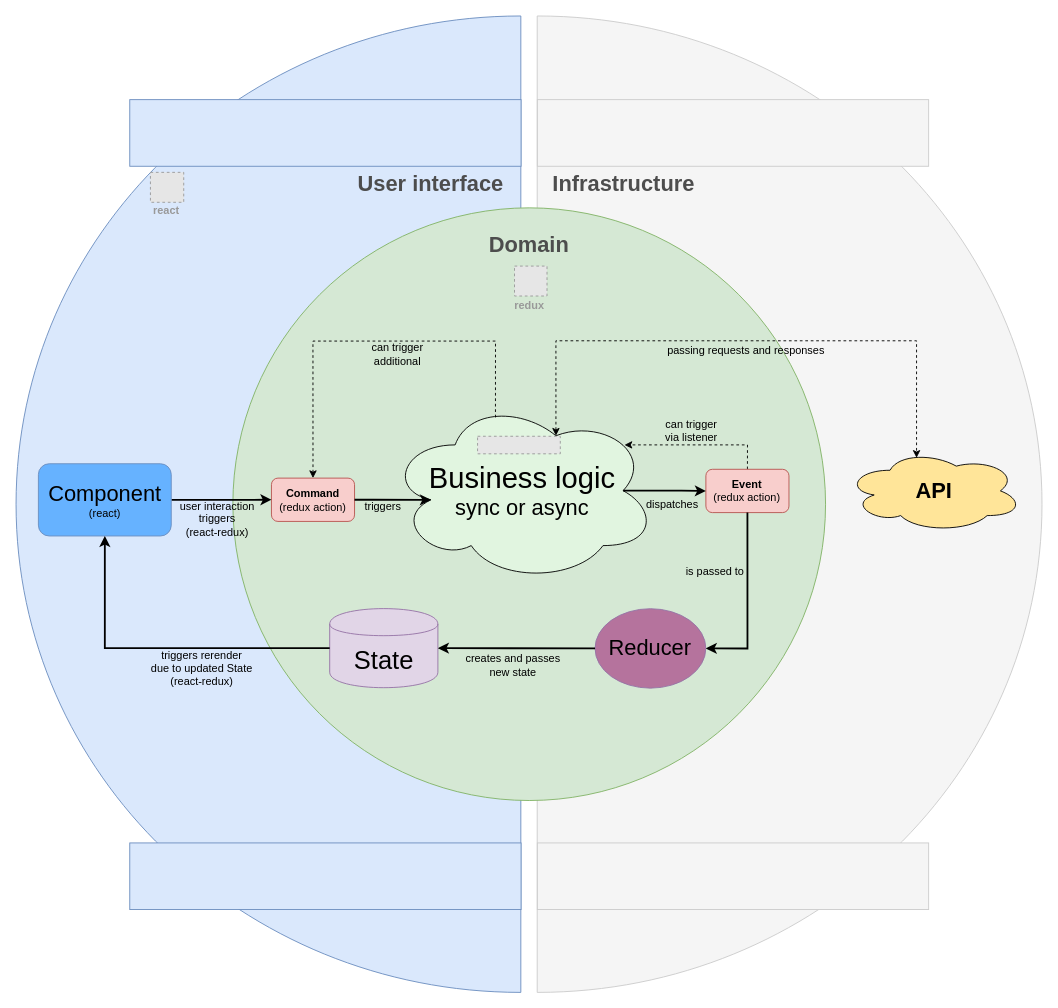
inkognitro/react-redux-saga-boilerplate keeps this draw.io diagram as docs/readme/architecture.drawio. Above is the earlier version. Source tidied: cells renumbered, new cells numbered last; positions are measured from the earlier drawing's top-left corner, leaving out a move shared by most shapes. Both pictures are drawn from the tidied source at 91%, with x=0, y=0 at pixel (-220, 99). Pictures stored in the file or linked from it are replaced by grey dashed boxes.
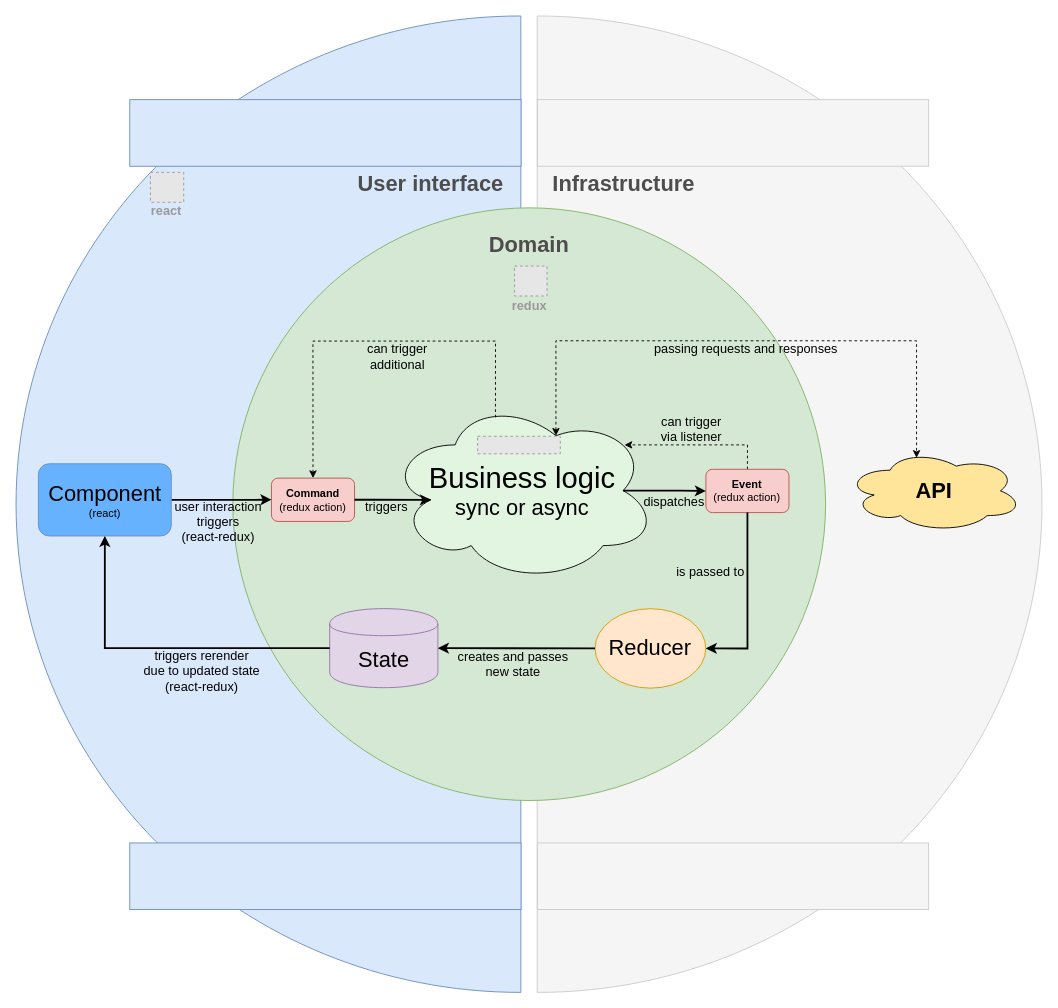
After the change.

Unchanged cells that the change refers to:
```xml
<mxCell id="10" style="edgeStyle=orthogonalEdgeStyle;rounded=0;jettySize=auto;html=1;exitX=0.5;exitY=0;exitDx=0;exitDy=0;entryX=0.88;entryY=0.25;entryDx=0;entryDy=0;entryPerimeter=0;dashed=1;strokeWidth=1;" parent="1" edge="1" source="12" target="7">
  <mxGeometry relative="1" as="geometry">
    <Array as="points">
      <mxPoint x="1063.1" y="379.6" />
    </Array>
  </mxGeometry>
</mxCell>
<mxCell id="13" style="edgeStyle=orthogonalEdgeStyle;rounded=0;jettySize=auto;html=1;exitX=1;exitY=0.5;exitDx=0;exitDy=0;entryX=0.16;entryY=0.55;entryDx=0;entryDy=0;entryPerimeter=0;strokeWidth=2;" parent="1" edge="1" source="5" target="7">
  <mxGeometry relative="1" as="geometry" />
</mxCell>
<mxCell id="17" style="endArrow=classic;html=1;exitX=0;exitY=0.5;exitDx=0;exitDy=0;entryX=1;entryY=0.5;entryDx=0;entryDy=0;strokeWidth=2;" parent="1" edge="1" source="15" target="16">
  <mxGeometry relative="1" as="geometry" />
</mxCell>
<mxCell id="19" style="edgeStyle=orthogonalEdgeStyle;rounded=0;jettySize=auto;html=1;exitX=1;exitY=0.5;exitDx=0;exitDy=0;strokeWidth=2;" parent="1" edge="1" source="21" target="5">
  <mxGeometry relative="1" as="geometry" />
</mxCell>
<mxCell id="22" style="group;" parent="1" vertex="1">
  <mxGeometry x="405.9" y="79.9" width="37.5" height="51.2" as="geometry" />
</mxCell>
<mxCell id="27" style="group;" parent="26" vertex="1">
  <mxGeometry width="37.5" height="53.1" as="geometry" />
</mxCell>
<mxCell id="31" style="edgeStyle=orthogonalEdgeStyle;rounded=0;jettySize=auto;html=1;exitX=0.5;exitY=1;exitDx=0;exitDy=0;entryX=1;entryY=0.5;entryDx=0;entryDy=0;strokeWidth=2;" parent="1" edge="1" source="12" target="15">
  <mxGeometry relative="1" as="geometry" />
</mxCell>
<mxCell id="33" style="edgeStyle=orthogonalEdgeStyle;rounded=0;jettySize=auto;html=1;exitX=0.875;exitY=0.5;exitDx=0;exitDy=0;exitPerimeter=0;strokeWidth=2;" parent="1" edge="1" source="7" target="12">
  <mxGeometry relative="1" as="geometry" />
</mxCell>
<mxCell id="35" style="edgeStyle=orthogonalEdgeStyle;rounded=0;jettySize=auto;html=1;exitX=0.625;exitY=0.2;exitDx=0;exitDy=0;exitPerimeter=0;entryX=0.4;entryY=0.1;entryDx=0;entryDy=0;entryPerimeter=0;dashed=1;strokeWidth=1;spacing=2;startArrow=classic;startFill=1;" parent="1" edge="1" source="7" target="30">
  <mxGeometry relative="1" as="geometry">
    <Array as="points">
      <mxPoint x="852" y="265" />
      <mxPoint x="1249" y="265" />
    </Array>
  </mxGeometry>
</mxCell>
<mxCell id="38" style="edgeStyle=orthogonalEdgeStyle;rounded=0;jettySize=auto;html=1;exitX=0;exitY=0.5;exitDx=0;exitDy=0;entryX=0.5;entryY=1;entryDx=0;entryDy=0;strokeWidth=2;" parent="1" edge="1" source="16" target="21">
  <mxGeometry relative="1" as="geometry" />
</mxCell>
<mxCell id="40" style="edgeStyle=orthogonalEdgeStyle;rounded=0;jettySize=auto;html=1;exitX=0.4;exitY=0.1;exitDx=0;exitDy=0;exitPerimeter=0;entryX=0.5;entryY=0;entryDx=0;entryDy=0;dashed=1;strokeWidth=1;spacing=2;" parent="1" edge="1" source="7" target="5">
  <mxGeometry relative="1" as="geometry">
    <Array as="points">
      <mxPoint x="785.9" y="265.3" />
      <mxPoint x="585.5" y="265.3" />
    </Array>
  </mxGeometry>
</mxCell>
```

Change to the diagram source:
```diff
@@
-    <mxCell id="11" value="can trigger&lt;br&gt;via listener" style="text;html=1;align=center;verticalAlign=middle;labelBackgroundColor=none;" parent="10" vertex="1">
+    <mxCell id="11" value="&lt;font style=&quot;font-size: 14px&quot;&gt;can trigger&lt;br&gt;via listener&lt;/font&gt;" style="text;html=1;align=center;verticalAlign=middle;labelBackgroundColor=none;" parent="10" vertex="1">
       <mxGeometry x="-0.09" y="1" relative="1" as="geometry">
-        <mxPoint x="-15" y="-16.5" as="offset" />
+        <mxPoint x="-15" y="-18.5" as="offset" />
       </mxGeometry>
     </mxCell>
@@
-    <mxCell id="14" value="triggers" style="text;html=1;align=center;verticalAlign=middle;labelBackgroundColor=none;" parent="13" vertex="1">
+    <mxCell id="14" value="&lt;font style=&quot;font-size: 14px&quot;&gt;triggers&lt;/font&gt;" style="text;html=1;align=center;verticalAlign=middle;labelBackgroundColor=none;" parent="13" vertex="1">
       <mxGeometry x="-0.23" y="1" relative="1" as="geometry">
-        <mxPoint x="-1" y="8" as="offset" />
+        <mxPoint x="3" y="9" as="offset" />
       </mxGeometry>
     </mxCell>
-    <mxCell id="15" value="&lt;font style=&quot;font-size: 24px&quot;&gt;Reducer&lt;/font&gt;" style="ellipse;whiteSpace=wrap;html=1;fillColor=#B5739D;strokeColor=#9673a6;" parent="1" vertex="1">
+    <mxCell id="15" value="&lt;font style=&quot;font-size: 24px&quot;&gt;Reducer&lt;/font&gt;" style="ellipse;whiteSpace=wrap;html=1;fillColor=#ffe6cc;strokeColor=#d79b00;" parent="1" vertex="1">
       <mxGeometry x="895.4" y="559.4" width="121.7" height="87.3" as="geometry" />
     </mxCell>
-    <mxCell id="16" value="&lt;font style=&quot;font-size: 28px&quot;&gt;State&lt;/font&gt;" style="shape=cylinder;whiteSpace=wrap;html=1;boundedLbl=1;backgroundOutline=1;fillColor=#e1d5e7;strokeColor=#9673a6;" parent="1" vertex="1">
+    <mxCell id="16" value="&lt;font style=&quot;font-size: 24px&quot;&gt;State&lt;/font&gt;" style="shape=cylinder;whiteSpace=wrap;html=1;boundedLbl=1;backgroundOutline=1;fillColor=#e1d5e7;strokeColor=#9673a6;" parent="1" vertex="1">
       <mxGeometry x="603.8" y="559.3" width="118.9" height="86.9" as="geometry" />
     </mxCell>
@@
-    <mxCell id="18" value="&lt;font style=&quot;font-size: 12px&quot;&gt;creates and passes&lt;br&gt;new state&lt;/font&gt;" style="text;html=1;align=center;verticalAlign=middle;labelBackgroundColor=none;" parent="17" vertex="1">
+    <mxCell id="18" value="&lt;font style=&quot;font-size: 14px&quot;&gt;creates and passes&lt;br&gt;new state&lt;/font&gt;" style="text;html=1;align=center;verticalAlign=middle;labelBackgroundColor=none;" parent="17" vertex="1">
       <mxGeometry x="0.17" y="1" relative="1" as="geometry">
-        <mxPoint x="10" y="18" as="offset" />
+        <mxPoint x="10" y="16" as="offset" />
       </mxGeometry>
     </mxCell>
@@
-    <mxCell id="20" value="&lt;span style=&quot;text-align: left&quot;&gt;user interaction&lt;br&gt;triggers&lt;/span&gt;&lt;br style=&quot;text-align: left&quot;&gt;&lt;span style=&quot;text-align: left&quot;&gt;(react-redux)&lt;/span&gt;" style="text;html=1;align=center;verticalAlign=middle;labelBackgroundColor=none;" parent="19" vertex="1">
+    <mxCell id="20" value="&lt;font style=&quot;font-size: 14px&quot;&gt;&lt;span style=&quot;text-align: left&quot;&gt;user interaction&lt;br&gt;triggers&lt;/span&gt;&lt;br style=&quot;text-align: left&quot;&gt;&lt;span style=&quot;text-align: left&quot;&gt;(react-redux)&lt;/span&gt;&lt;/font&gt;" style="text;html=1;align=center;verticalAlign=middle;labelBackgroundColor=none;" parent="19" vertex="1">
       <mxGeometry y="-9" relative="1" as="geometry">
-        <mxPoint x="-5.5" y="12" as="offset" />
+        <mxPoint x="-4.5" y="15" as="offset" />
       </mxGeometry>
     </mxCell>
@@
-    <mxCell id="24" value="&lt;b&gt;&lt;font color=&quot;#999999&quot;&gt;react&lt;/font&gt;&lt;/b&gt;" style="text;html=1;strokeColor=none;fillColor=none;align=center;verticalAlign=middle;whiteSpace=wrap;rounded=0;" parent="22" vertex="1">
+    <mxCell id="24" value="&lt;b&gt;&lt;font color=&quot;#999999&quot; style=&quot;font-size: 14px&quot;&gt;react&lt;/font&gt;&lt;/b&gt;" style="text;html=1;strokeColor=none;fillColor=none;align=center;verticalAlign=middle;whiteSpace=wrap;rounded=0;" parent="22" vertex="1">
       <mxGeometry y="32.9" width="36.6" height="18.3" as="geometry" />
     </mxCell>
@@
-    <mxCell id="29" value="&lt;b&gt;&lt;font color=&quot;#999999&quot;&gt;redux&lt;/font&gt;&lt;/b&gt;" style="text;html=1;strokeColor=none;fillColor=none;align=center;verticalAlign=middle;whiteSpace=wrap;rounded=0;" parent="27" vertex="1">
+    <mxCell id="29" value="&lt;b&gt;&lt;font color=&quot;#999999&quot; style=&quot;font-size: 14px&quot;&gt;redux&lt;/font&gt;&lt;/b&gt;" style="text;html=1;strokeColor=none;fillColor=none;align=center;verticalAlign=middle;whiteSpace=wrap;rounded=0;" parent="27" vertex="1">
       <mxGeometry y="34.8" width="36.6" height="18.3" as="geometry" />
     </mxCell>
@@
-    <mxCell id="32" value="is passed to" style="text;html=1;align=center;verticalAlign=middle;labelBackgroundColor=none;" parent="31" vertex="1">
+    <mxCell id="32" value="&lt;font style=&quot;font-size: 14px&quot;&gt;is passed to&lt;/font&gt;" style="text;html=1;align=center;verticalAlign=middle;labelBackgroundColor=none;" parent="31" vertex="1">
       <mxGeometry x="-0.33" relative="1" as="geometry">
-        <mxPoint x="-36" as="offset" />
+        <mxPoint x="-41" as="offset" />
       </mxGeometry>
     </mxCell>
@@
-    <mxCell id="34" value="dispatches" style="text;html=1;align=center;verticalAlign=middle;labelBackgroundColor=none;" parent="33" vertex="1">
+    <mxCell id="34" value="&lt;font style=&quot;font-size: 14px&quot;&gt;dispatches&lt;/font&gt;" style="text;html=1;align=center;verticalAlign=middle;labelBackgroundColor=none;" parent="33" vertex="1">
       <mxGeometry x="0.4" y="-32" relative="1" as="geometry">
-        <mxPoint x="-10" y="-17.5" as="offset" />
+        <mxPoint x="-8.5" y="-21" as="offset" />
       </mxGeometry>
     </mxCell>
@@
-    <mxCell id="36" value="passing requests and responses" style="text;html=1;align=center;verticalAlign=middle;labelBackgroundColor=none;" parent="35" vertex="1">
+    <mxCell id="36" value="&lt;font style=&quot;font-size: 14px&quot;&gt;passing requests and responses&lt;/font&gt;" style="text;html=1;align=center;verticalAlign=middle;labelBackgroundColor=none;" parent="35" vertex="1">
       <mxGeometry x="0.07" relative="1" as="geometry">
-        <mxPoint x="-24.5" y="10" as="offset" />
+        <mxPoint x="-24.5" y="8" as="offset" />
       </mxGeometry>
     </mxCell>
@@
-    <mxCell id="39" value="&lt;span style=&quot;text-align: left&quot;&gt;triggers rerender&lt;br&gt;due to updated State&lt;/span&gt;&lt;br style=&quot;text-align: left&quot;&gt;&lt;span style=&quot;text-align: left&quot;&gt;(react-redux)&lt;/span&gt;" style="text;html=1;align=center;verticalAlign=middle;labelBackgroundColor=none;" parent="38" vertex="1">
-      <mxGeometry x="-0.24" y="1" relative="1" as="geometry">
-        <mxPoint y="21" as="offset" />
-      </mxGeometry>
-    </mxCell>
+    <mxCell id="46" value="&lt;font style=&quot;font-size: 14px&quot;&gt;&lt;span style=&quot;text-align: left&quot;&gt;triggers rerender&lt;br&gt;due to updated state&lt;/span&gt;&lt;br style=&quot;text-align: left&quot;&gt;&lt;span style=&quot;text-align: left&quot;&gt;(react-redux)&lt;/span&gt;&lt;/font&gt;" style="text;html=1;align=center;verticalAlign=middle;labelBackgroundColor=none;" parent="38" vertex="1">
+      <mxGeometry x="-0.24" y="1" relative="1" as="geometry">
+        <mxPoint y="24" as="offset" />
+      </mxGeometry>
+    </mxCell>
@@
-    <mxCell id="41" value="can trigger&lt;br&gt;additional" style="text;html=1;align=center;verticalAlign=middle;labelBackgroundColor=none;" parent="40" vertex="1">
+    <mxCell id="41" value="&lt;font style=&quot;font-size: 14px&quot;&gt;can trigger&lt;br&gt;additional&lt;/font&gt;" style="text;html=1;align=center;verticalAlign=middle;labelBackgroundColor=none;" parent="40" vertex="1">
       <mxGeometry x="-0.09" y="2" relative="1" as="geometry">
-        <mxPoint x="6" y="12" as="offset" />
+        <mxPoint x="6" y="14" as="offset" />
       </mxGeometry>
     </mxCell>
```
